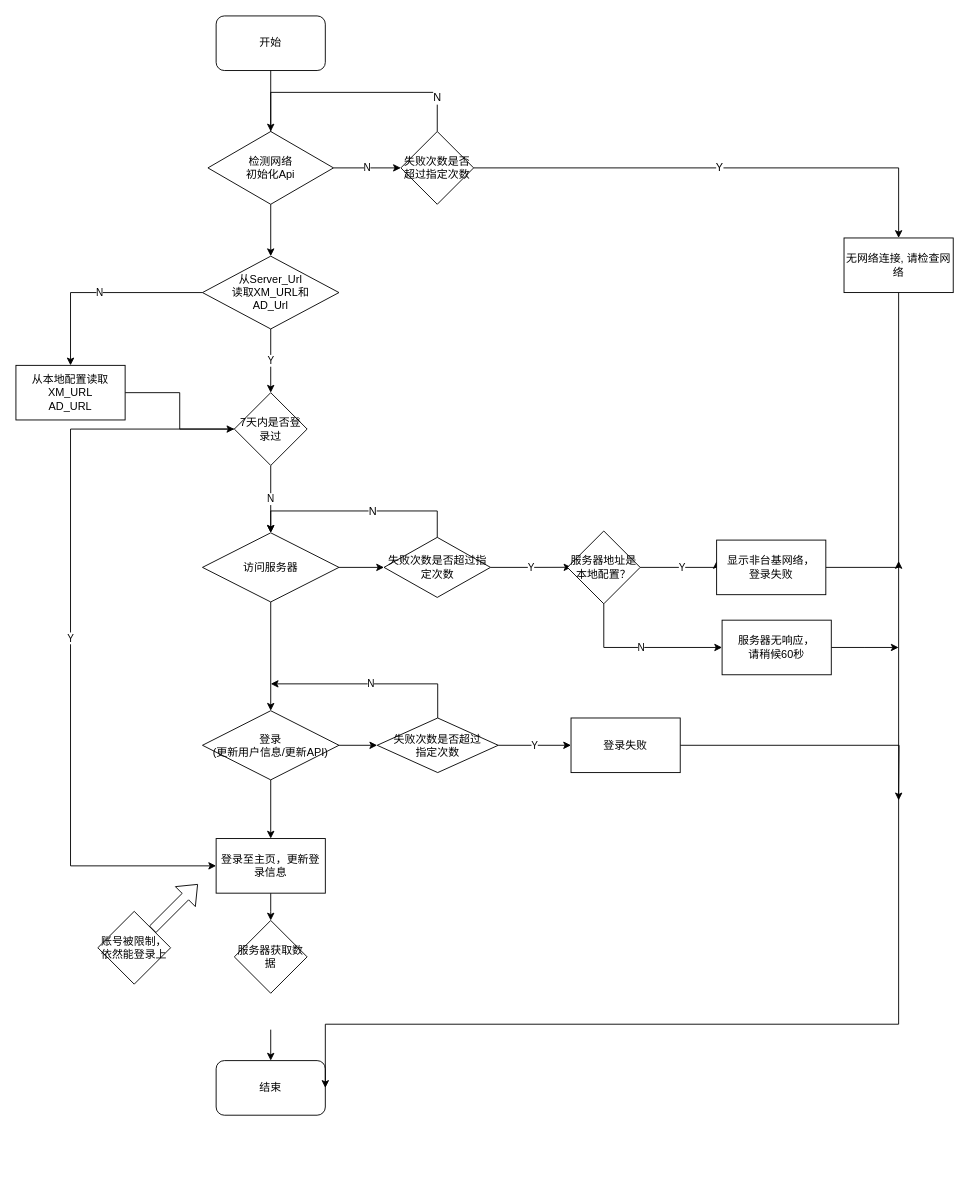
honghonglhh2018/ThinkingFlowChart keeps this draw.io diagram as XMediaTv_New_Login.drawio. Above is the earlier version. Source tidied: cells renumbered, new cells numbered last; positions are measured from the earlier drawing's top-left corner, leaving out a move shared by most shapes. Both pictures are drawn from the tidied source at 91%, with x=0, y=0 at pixel (15, 15).
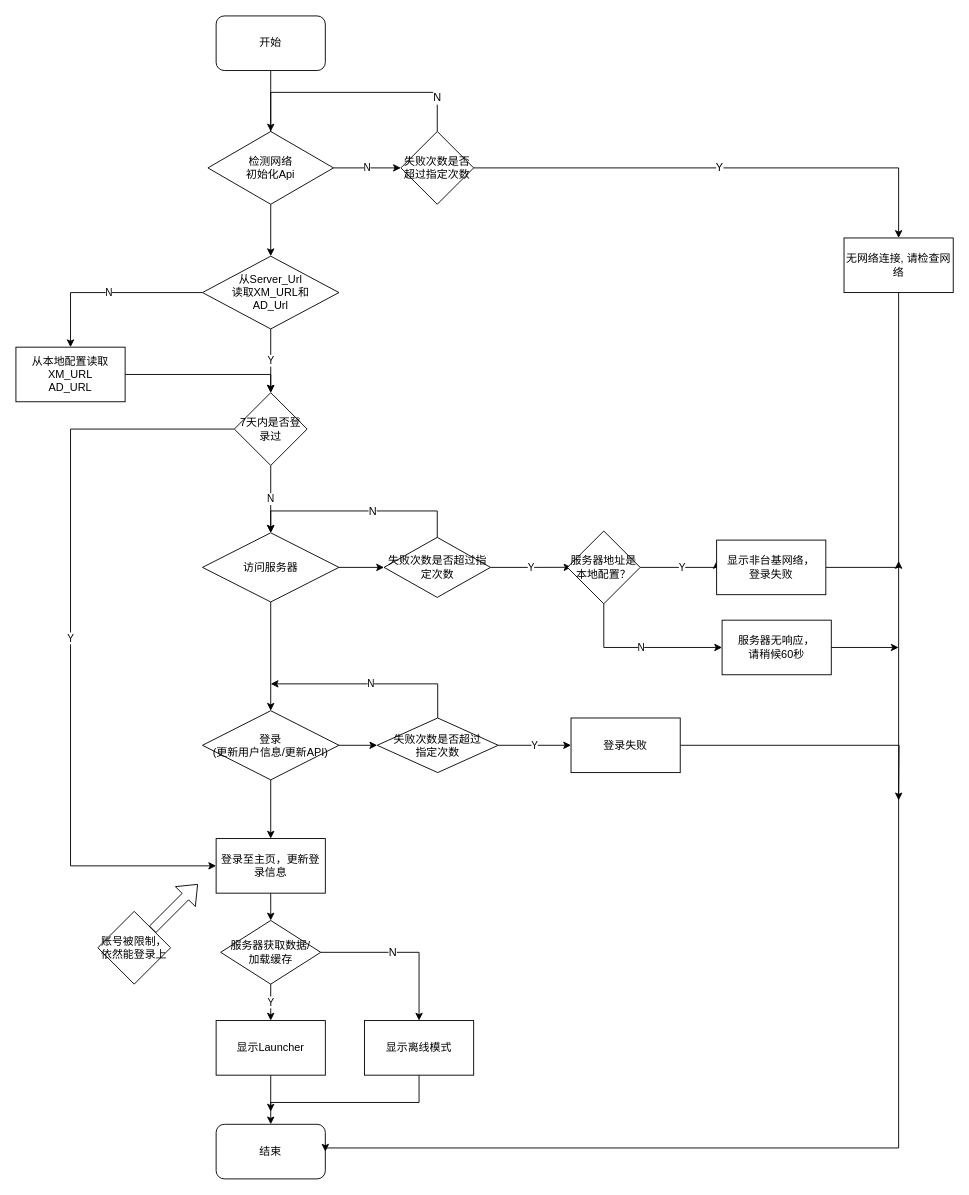
Above is the later version.

Unchanged cells that the change refers to:
```xml
<mxCell id="26" value="无网络连接, 请检查网络" style="rounded=0;whiteSpace=wrap;html=1;" parent="1" vertex="1">
  <mxGeometry x="910" y="244" width="120" height="60" as="geometry" />
</mxCell>
<mxCell id="31" value="7天内是否登录过" style="rhombus;whiteSpace=wrap;html=1;" parent="1" vertex="1">
  <mxGeometry x="240" y="414" width="80" height="80" as="geometry" />
</mxCell>
```

What changed in the source:
```diff
@@
-    <mxCell id="20" style="edgeStyle=orthogonalEdgeStyle;rounded=0;jettySize=auto;html=1;exitX=1;exitY=0.5;exitDx=0;exitDy=0;entryX=0;entryY=0.5;entryDx=0;entryDy=0;" parent="1" edge="1" source="21" target="31">
+    <mxCell id="20" style="edgeStyle=orthogonalEdgeStyle;rounded=0;jettySize=auto;html=1;entryX=0.5;entryY=0;entryDx=0;entryDy=0;" parent="1" edge="1" source="21" target="31">
       <mxGeometry relative="1" as="geometry" />
     </mxCell>
     <mxCell id="21" value="&lt;span style=&quot;white-space: normal&quot;&gt;从本地配置读取&lt;/span&gt;&lt;br style=&quot;white-space: normal&quot;&gt;&lt;span style=&quot;white-space: normal&quot;&gt;XM_URL&lt;/span&gt;&lt;br style=&quot;white-space: normal&quot;&gt;&lt;span style=&quot;white-space: normal&quot;&gt;AD_URL&lt;/span&gt;" style="rounded=0;whiteSpace=wrap;html=1;" parent="1" vertex="1">
-      <mxGeometry y="384" width="120" height="60" as="geometry" />
+      <mxGeometry y="364" width="120" height="60" as="geometry" />
     </mxCell>
-    <mxCell id="22" style="edgeStyle=orthogonalEdgeStyle;rounded=0;orthogonalLoop=1;jettySize=auto;html=1;" parent="1" edge="1">
-      <mxGeometry relative="1" as="geometry">
-        <mxPoint x="280" y="1114" as="sourcePoint" />
-        <mxPoint x="280" y="1148" as="targetPoint" />
-      </mxGeometry>
-    </mxCell>
     <mxCell id="23" value="结束" style="rounded=1;whiteSpace=wrap;html=1;" parent="1" vertex="1">
-      <mxGeometry x="220" y="1148" width="120" height="60" as="geometry" />
+      <mxGeometry x="220" y="1218" width="120" height="60" as="geometry" />
     </mxCell>
@@
     <mxCell id="25" style="edgeStyle=orthogonalEdgeStyle;rounded=0;jettySize=auto;html=1;entryX=1;entryY=0.5;entryDx=0;entryDy=0;" parent="1" edge="1" source="26" target="23">
       <mxGeometry relative="1" as="geometry">
         <Array as="points">
-          <mxPoint x="970" y="1108" />
+          <mxPoint x="970" y="1244" />
+          <mxPoint x="340" y="1244" />
         </Array>
       </mxGeometry>
     </mxCell>
@@
+    <mxCell id="51" value="Y" style="edgeStyle=orthogonalEdgeStyle;rounded=0;jettySize=auto;html=1;" parent="1" edge="1" source="50" target="55">
+      <mxGeometry relative="1" as="geometry" />
+    </mxCell>
+    <mxCell id="52" style="edgeStyle=orthogonalEdgeStyle;rounded=0;jettySize=auto;html=1;exitX=1;exitY=0.5;exitDx=0;exitDy=0;entryX=0.5;entryY=0;entryDx=0;entryDy=0;" parent="1" edge="1" source="50" target="57">
+      <mxGeometry relative="1" as="geometry">
+        <Array as="points">
+          <mxPoint x="443" y="1029" />
+        </Array>
+      </mxGeometry>
+    </mxCell>
+    <mxCell id="53" value="N" style="text;html=1;align=center;verticalAlign=middle;labelBackgroundColor=#ffffff;" parent="52" vertex="1">
+      <mxGeometry x="-0.15" y="1" relative="1" as="geometry" />
+    </mxCell>
-    <mxCell id="50" value="服务器获取数据" style="rhombus;whiteSpace=wrap;html=1;" parent="1" vertex="1">
-      <mxGeometry x="240" y="994" width="80" height="80" as="geometry" />
+    <mxCell id="50" value="服务器获取数据/&lt;br&gt;加载缓存" style="rhombus;whiteSpace=wrap;html=1;" parent="1" vertex="1">
+      <mxGeometry x="225" y="994" width="110" height="70" as="geometry" />
     </mxCell>
+    <mxCell id="54" style="edgeStyle=orthogonalEdgeStyle;rounded=0;jettySize=auto;html=1;" parent="1" edge="1" source="55" target="23">
+      <mxGeometry relative="1" as="geometry" />
+    </mxCell>
+    <mxCell id="55" value="显示Launcher" style="rounded=0;whiteSpace=wrap;html=1;" parent="1" vertex="1">
+      <mxGeometry x="220" y="1104" width="120" height="60" as="geometry" />
+    </mxCell>
+    <mxCell id="56" style="edgeStyle=orthogonalEdgeStyle;rounded=0;jettySize=auto;html=1;" parent="1" edge="1" source="57">
+      <mxGeometry relative="1" as="geometry">
+        <mxPoint x="280" y="1204" as="targetPoint" />
+        <Array as="points">
+          <mxPoint x="443" y="1194" />
+          <mxPoint x="280" y="1194" />
+        </Array>
+      </mxGeometry>
+    </mxCell>
+    <mxCell id="57" value="显示离线模式" style="rounded=0;whiteSpace=wrap;html=1;" parent="1" vertex="1">
+      <mxGeometry x="383" y="1104" width="120" height="60" as="geometry" />
+    </mxCell>
```
